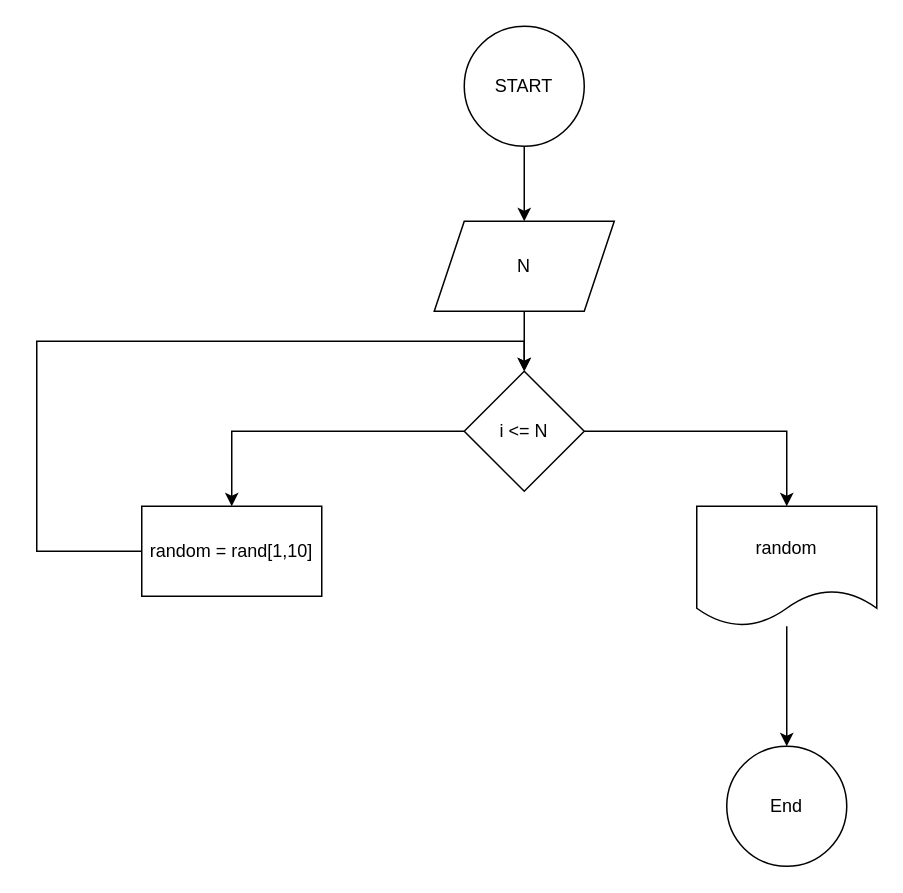
The draw.io diagram hw-for-loop-task-1.drawio in uthmanigbin/university-work, before the edit. Source tidied: cells renumbered, new cells numbered last; positions are measured from the earlier drawing's top-left corner, leaving out a move shared by most shapes. Both pictures are drawn from the tidied source at 150%, with x=0, y=0 at pixel (36, 26).
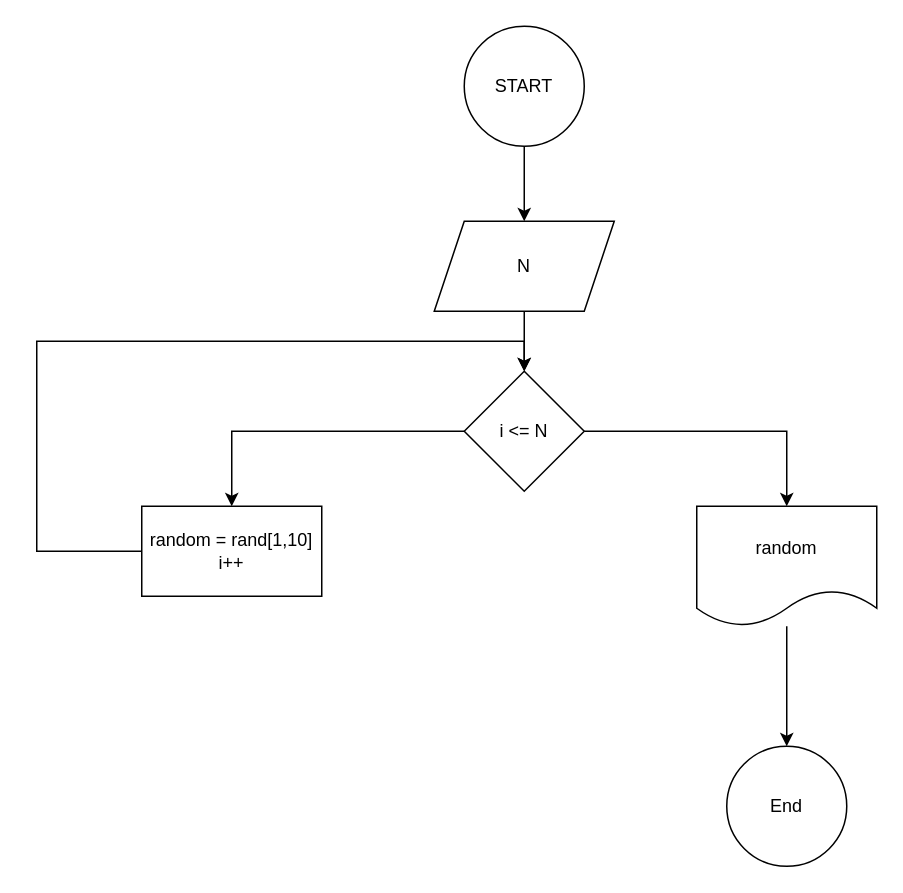
The same page after the edit.

The edit, as a diff of the source:
```diff
@@
 <mxGraphModel>
   <root>
     <mxCell id="0" />
     <mxCell id="1" parent="0" />
     <mxCell id="2" style="edgeStyle=orthogonalEdgeStyle;rounded=0;jettySize=auto;html=1;" parent="1" edge="1" source="3" target="5">
       <mxGeometry relative="1" as="geometry" />
     </mxCell>
     <mxCell id="3" value="START" style="ellipse;whiteSpace=wrap;html=1;" parent="1" vertex="1">
       <mxGeometry x="285" width="80" height="80" as="geometry" />
     </mxCell>
     <mxCell id="4" style="edgeStyle=orthogonalEdgeStyle;rounded=0;jettySize=auto;html=1;" parent="1" edge="1" source="5" target="8">
       <mxGeometry relative="1" as="geometry" />
     </mxCell>
     <mxCell id="5" value="N" style="shape=parallelogram;perimeter=parallelogramPerimeter;whiteSpace=wrap;html=1;fixedSize=1;" parent="1" vertex="1">
       <mxGeometry x="265" y="130" width="120" height="60" as="geometry" />
     </mxCell>
     <mxCell id="6" style="edgeStyle=orthogonalEdgeStyle;rounded=0;jettySize=auto;html=1;" parent="1" edge="1" source="8" target="10">
       <mxGeometry relative="1" as="geometry" />
     </mxCell>
     <mxCell id="7" style="edgeStyle=orthogonalEdgeStyle;rounded=0;jettySize=auto;html=1;" parent="1" edge="1" source="8" target="12">
       <mxGeometry relative="1" as="geometry" />
     </mxCell>
     <mxCell id="8" value="i &amp;lt;= N" style="rhombus;whiteSpace=wrap;html=1;" parent="1" vertex="1">
       <mxGeometry x="285" y="230" width="80" height="80" as="geometry" />
     </mxCell>
     <mxCell id="9" style="edgeStyle=orthogonalEdgeStyle;rounded=0;jettySize=auto;html=1;entryX=0.5;entryY=0;entryDx=0;entryDy=0;" parent="1" edge="1" source="10" target="8">
       <mxGeometry relative="1" as="geometry">
         <Array as="points">
           <mxPoint y="350" />
           <mxPoint y="210" />
           <mxPoint x="325" y="210" />
         </Array>
       </mxGeometry>
     </mxCell>
-    <mxCell id="10" value="random = rand[1,10]" style="whiteSpace=wrap;html=1;" parent="1" vertex="1">
+    <mxCell id="10" value="&lt;div&gt;random = rand[1,10]&lt;/div&gt;&lt;div&gt;i++&lt;br&gt;&lt;/div&gt;" style="whiteSpace=wrap;html=1;" parent="1" vertex="1">
       <mxGeometry x="70" y="320" width="120" height="60" as="geometry" />
     </mxCell>
     <mxCell id="11" style="edgeStyle=orthogonalEdgeStyle;rounded=0;jettySize=auto;html=1;" parent="1" edge="1" source="12" target="13">
       <mxGeometry relative="1" as="geometry" />
     </mxCell>
     <mxCell id="12" value="random" style="shape=document;whiteSpace=wrap;html=1;boundedLbl=1;" parent="1" vertex="1">
       <mxGeometry x="440" y="320" width="120" height="80" as="geometry" />
     </mxCell>
     <mxCell id="13" value="End" style="ellipse;whiteSpace=wrap;html=1;" parent="1" vertex="1">
       <mxGeometry x="460" y="480" width="80" height="80" as="geometry" />
     </mxCell>
   </root>
 </mxGraphModel>
```
